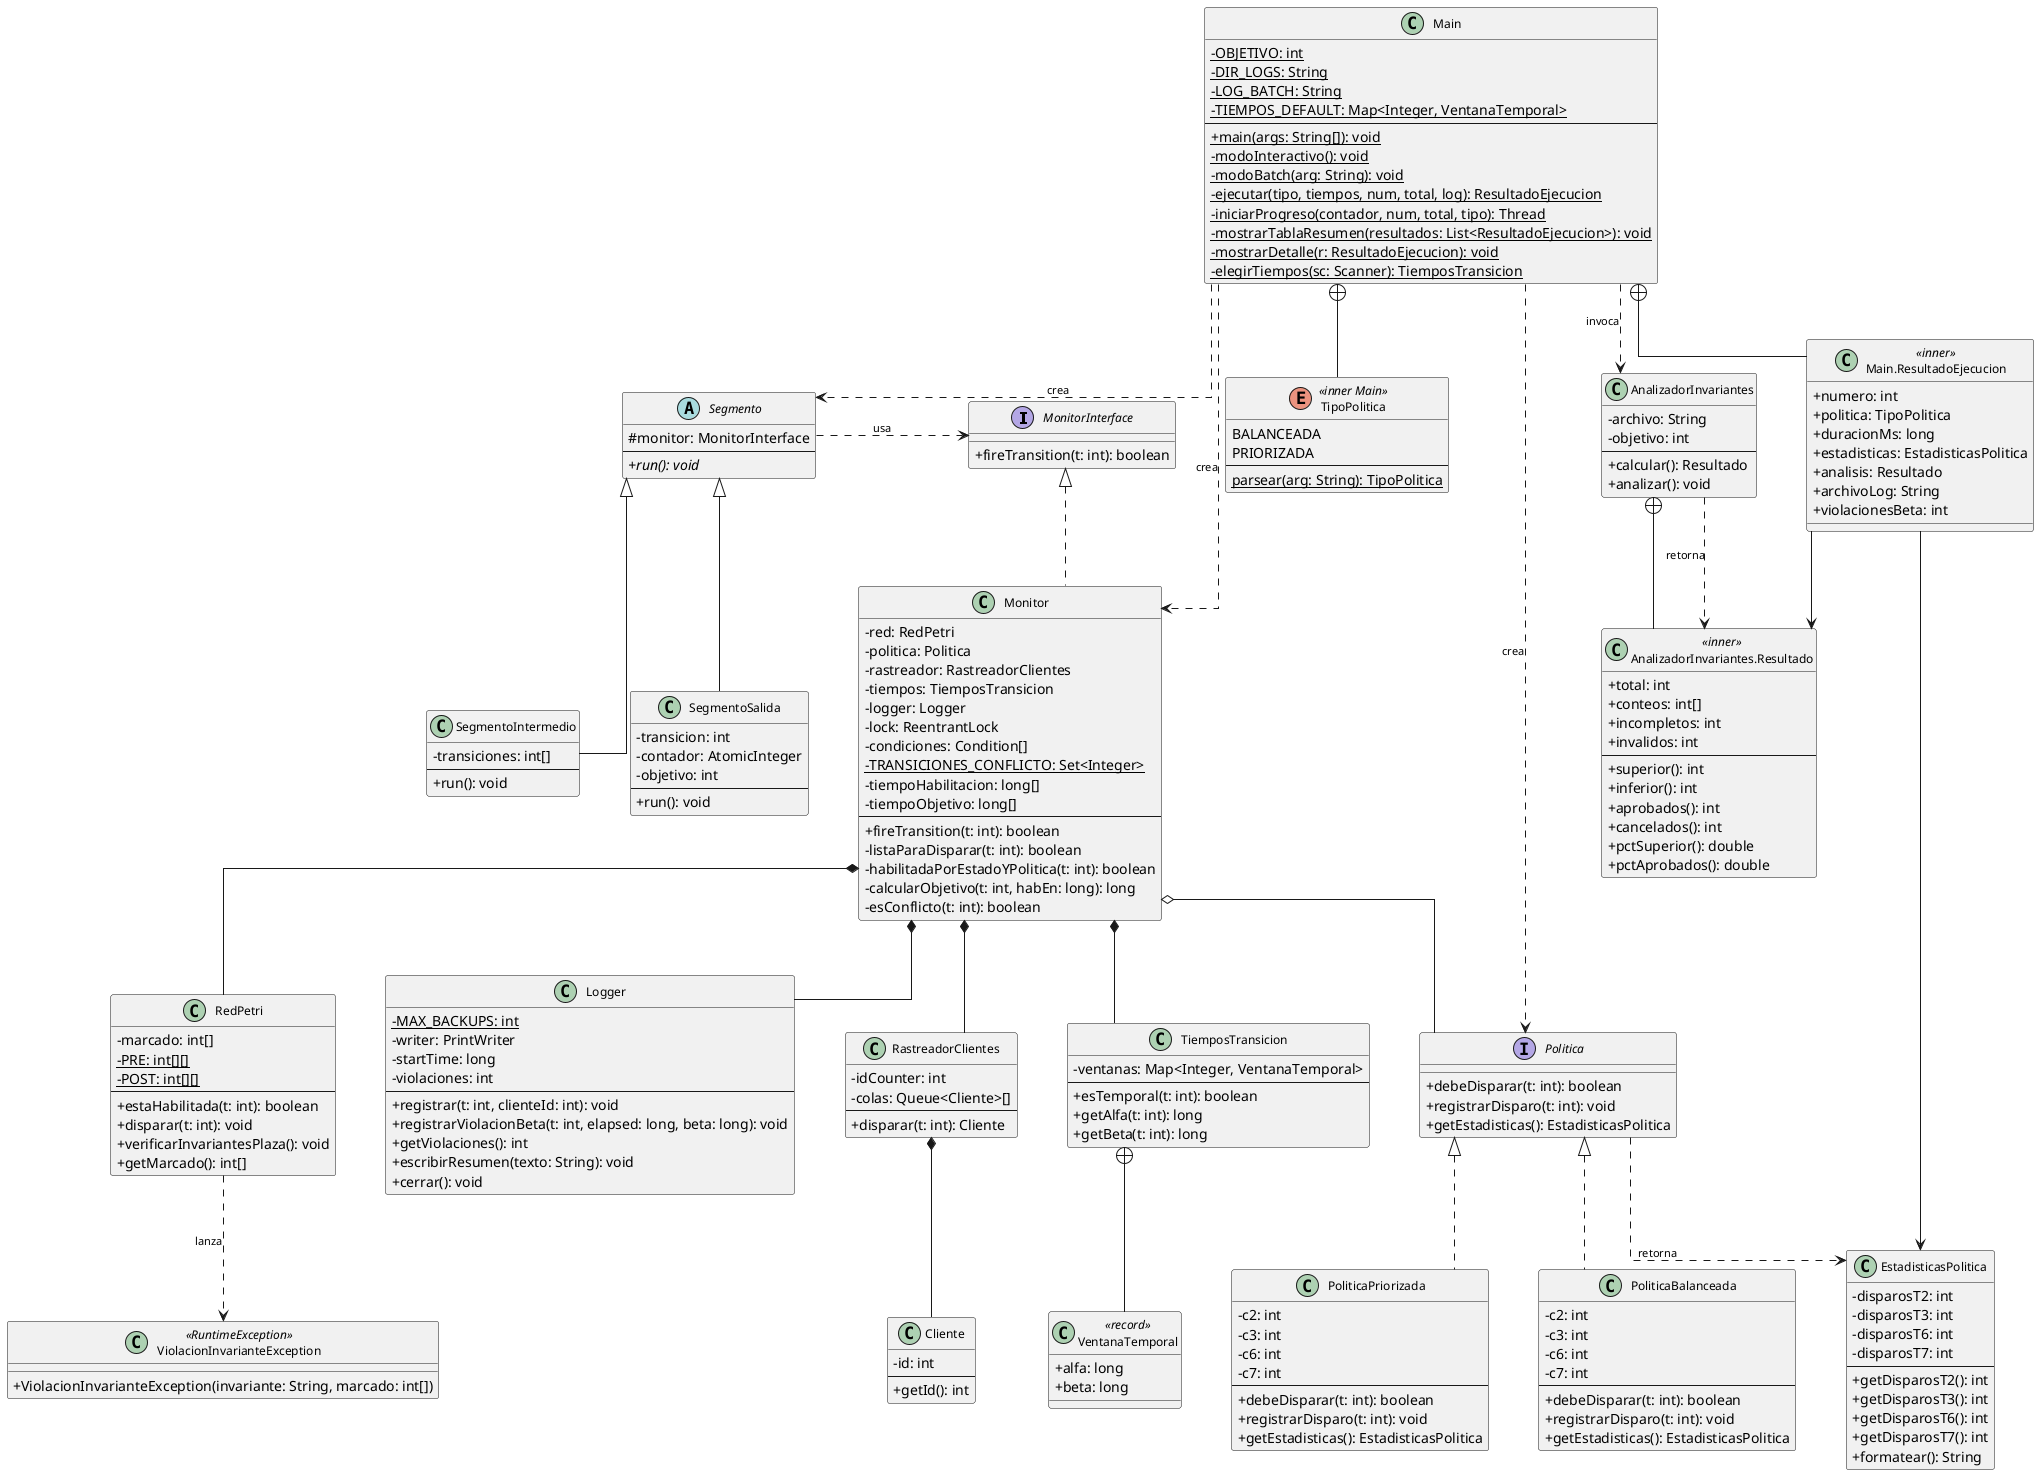
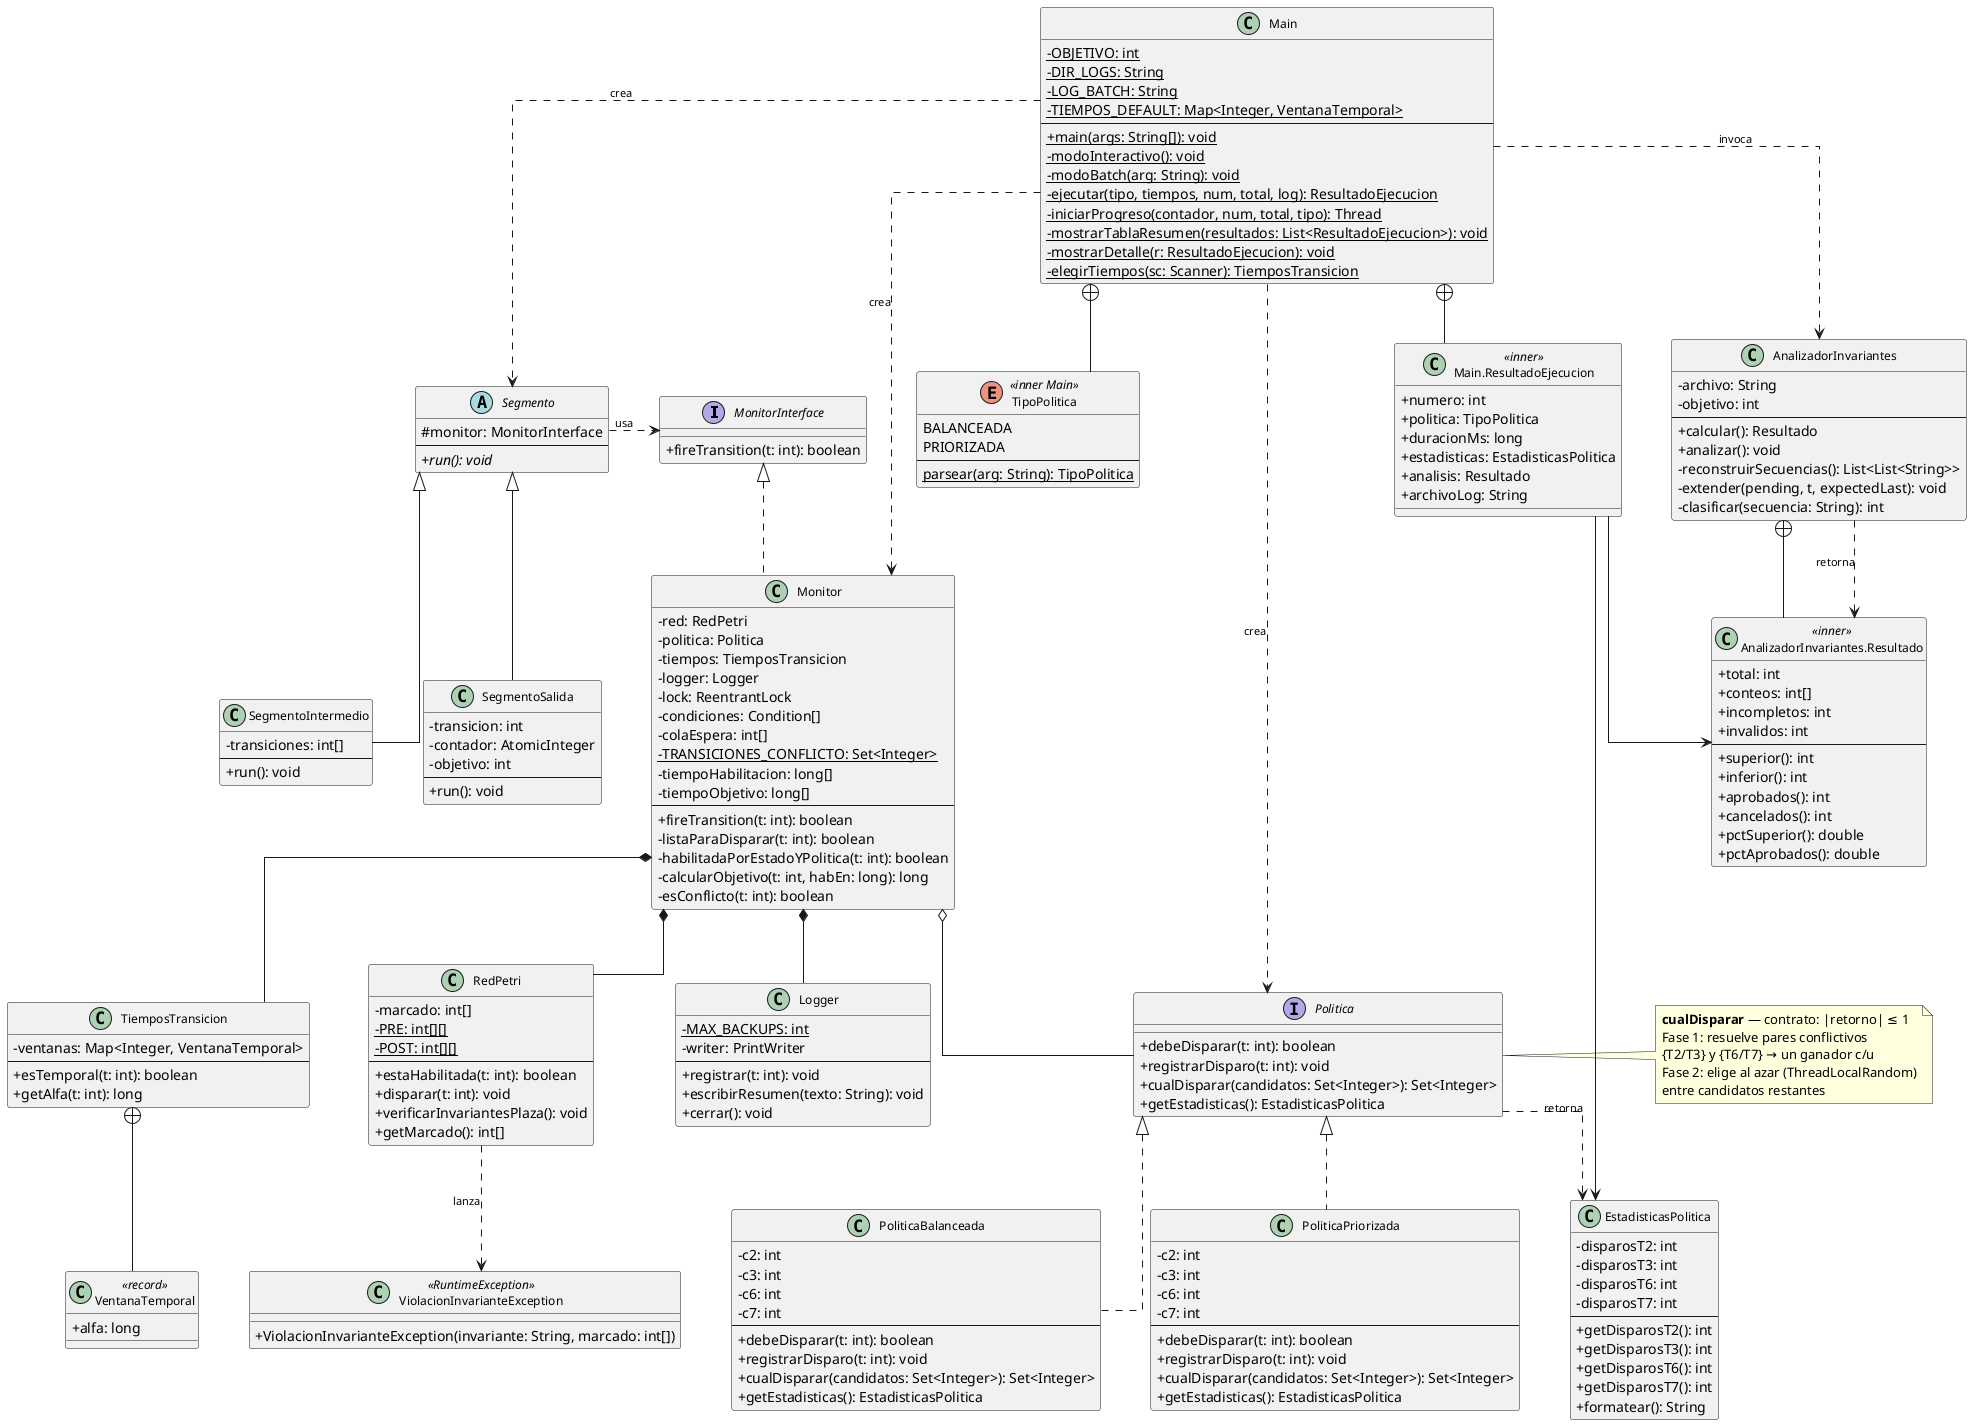
@startuml diagrama-clases

skinparam classAttributeIconSize 0
skinparam classFontSize 12
skinparam ArrowFontSize 11
skinparam linetype ortho
skinparam nodesep 50
skinparam ranksep 55

' ── Interfaces ──────────────────────────────────────────

interface MonitorInterface {
    +fireTransition(t: int): boolean
}

interface Politica {
    +debeDisparar(t: int): boolean
    +registrarDisparo(t: int): void
+     +cualDisparar(candidatos: Set<Integer>): Set<Integer>
    +getEstadisticas(): EstadisticasPolitica
}
+ 
+ note right of Politica
+   <b>cualDisparar</b> — contrato: |retorno| ≤ 1
+   Fase 1: resuelve pares conflictivos
+   {T2/T3} y {T6/T7} → un ganador c/u
+   Fase 2: elige al azar (ThreadLocalRandom)
+   entre candidatos restantes
+ end note

' ── Modelo de la red ────────────────────────────────────

class RedPetri {
    -marcado: int[]
    -{static} PRE: int[][]
    -{static} POST: int[][]
    --
    +estaHabilitada(t: int): boolean
    +disparar(t: int): void
    +verificarInvariantesPlaza(): void
    +getMarcado(): int[]
}

class ViolacionInvarianteException <<RuntimeException>> {
    +ViolacionInvarianteException(invariante: String, marcado: int[])
}

- ' ── Identidad de tokens ─────────────────────────────────
- 
- class Cliente {
-     -id: int
-     --
-     +getId(): int
- }
- 
- class RastreadorClientes {
-     -idCounter: int
-     -colas: Queue<Cliente>[]
-     --
-     +disparar(t: int): Cliente
- }
- 
' ── Configuración temporal ──────────────────────────────

class VentanaTemporal <<record>> {
    +alfa: long
-     +beta: long
}

class TiemposTransicion {
    -ventanas: Map<Integer, VentanaTemporal>
    --
    +esTemporal(t: int): boolean
    +getAlfa(t: int): long
-     +getBeta(t: int): long
}

TiemposTransicion +-- VentanaTemporal

' ── Estadísticas de política ────────────────────────────

class EstadisticasPolitica {
    -disparosT2: int
    -disparosT3: int
    -disparosT6: int
    -disparosT7: int
    --
    +getDisparosT2(): int
    +getDisparosT3(): int
    +getDisparosT6(): int
    +getDisparosT7(): int
    +formatear(): String
}

' ── Monitor ─────────────────────────────────────────────

class Monitor {
    -red: RedPetri
    -politica: Politica
-     -rastreador: RastreadorClientes
    -tiempos: TiemposTransicion
    -logger: Logger
    -lock: ReentrantLock
    -condiciones: Condition[]
+     -colaEspera: int[]
    -{static} TRANSICIONES_CONFLICTO: Set<Integer>
    -tiempoHabilitacion: long[]
    -tiempoObjetivo: long[]
    --
    +fireTransition(t: int): boolean
    -listaParaDisparar(t: int): boolean
    -habilitadaPorEstadoYPolitica(t: int): boolean
    -calcularObjetivo(t: int, habEn: long): long
    -esConflicto(t: int): boolean
}

' ── Políticas ───────────────────────────────────────────

class PoliticaBalanceada {
    -c2: int
    -c3: int
    -c6: int
    -c7: int
    --
    +debeDisparar(t: int): boolean
    +registrarDisparo(t: int): void
+     +cualDisparar(candidatos: Set<Integer>): Set<Integer>
    +getEstadisticas(): EstadisticasPolitica
}

class PoliticaPriorizada {
    -c2: int
    -c3: int
    -c6: int
    -c7: int
    --
    +debeDisparar(t: int): boolean
    +registrarDisparo(t: int): void
+     +cualDisparar(candidatos: Set<Integer>): Set<Integer>
    +getEstadisticas(): EstadisticasPolitica
}

' ── Hilos ───────────────────────────────────────────────

abstract class Segmento {
    #monitor: MonitorInterface
    --
    +{abstract} run(): void
}

class SegmentoIntermedio {
    -transiciones: int[]
    --
    +run(): void
}

class SegmentoSalida {
    -transicion: int
    -contador: AtomicInteger
    -objetivo: int
    --
    +run(): void
-     ' Instanciado con 1 hilo (H6). Alg. 4.3 prescribe 5 pero T11 es inmediata:
-     ' múltiples hilos se serializan igual que 1. Ver preguntas-respuestas.md §4.
}

' ── Observabilidad ──────────────────────────────────────

class Logger {
    -{static} MAX_BACKUPS: int
    -writer: PrintWriter
-     -startTime: long
-     -violaciones: int
-     --
-     +registrar(t: int, clienteId: int): void
-     +registrarViolacionBeta(t: int, elapsed: long, beta: long): void
-     +getViolaciones(): int
+     --
+     +registrar(t: int): void
    +escribirResumen(texto: String): void
    +cerrar(): void
}

class AnalizadorInvariantes {
    -archivo: String
    -objetivo: int
    --
    +calcular(): Resultado
    +analizar(): void
+     -reconstruirSecuencias(): List<List<String>>
+     -extender(pending, t, expectedLast): void
+     -clasificar(secuencia: String): int
}

class "AnalizadorInvariantes.Resultado" as Resultado <<inner>> {
    +total: int
    +conteos: int[]
    +incompletos: int
    +invalidos: int
    --
    +superior(): int
    +inferior(): int
    +aprobados(): int
    +cancelados(): int
    +pctSuperior(): double
    +pctAprobados(): double
}

' ── Punto de entrada ────────────────────────────────────

enum TipoPolitica <<inner Main>> {
    BALANCEADA
    PRIORIZADA
    --
    {static} parsear(arg: String): TipoPolitica
}

class "Main.ResultadoEjecucion" as ResultadoEjecucion <<inner>> {
    +numero: int
    +politica: TipoPolitica
    +duracionMs: long
    +estadisticas: EstadisticasPolitica
    +analisis: Resultado
    +archivoLog: String
-     +violacionesBeta: int
}

class Main {
    -{static} OBJETIVO: int
    -{static} DIR_LOGS: String
    -{static} LOG_BATCH: String
    -{static} TIEMPOS_DEFAULT: Map<Integer, VentanaTemporal>
    --
    +{static} main(args: String[]): void
    -{static} modoInteractivo(): void
    -{static} modoBatch(arg: String): void
    -{static} ejecutar(tipo, tiempos, num, total, log): ResultadoEjecucion
    -{static} iniciarProgreso(contador, num, total, tipo): Thread
    -{static} mostrarTablaResumen(resultados: List<ResultadoEjecucion>): void
    -{static} mostrarDetalle(r: ResultadoEjecucion): void
    -{static} elegirTiempos(sc: Scanner): TiemposTransicion
}

' ── Relaciones ──────────────────────────────────────────

MonitorInterface <|..  Monitor
Politica         <|..  PoliticaBalanceada
Politica         <|..  PoliticaPriorizada
Segmento         <|--  SegmentoIntermedio
Segmento         <|--  SegmentoSalida

Monitor *-- RedPetri
- Monitor *-- RastreadorClientes
Monitor *-- TiemposTransicion
Monitor *-- Logger
Monitor o-- Politica

RedPetri ..> ViolacionInvarianteException : "lanza"
- 
- RastreadorClientes *-- Cliente

Politica ..> EstadisticasPolitica : "retorna"

Segmento .> MonitorInterface : "usa"

AnalizadorInvariantes +-- Resultado
AnalizadorInvariantes ..> Resultado : "retorna"

Main +-- TipoPolitica
Main +-- ResultadoEjecucion
ResultadoEjecucion --> EstadisticasPolitica
ResultadoEjecucion --> Resultado

Main ..> Monitor              : "crea"
Main ..> Segmento             : "crea"
Main ..> Politica             : "crea"
Main ..> AnalizadorInvariantes : "invoca"

@enduml
